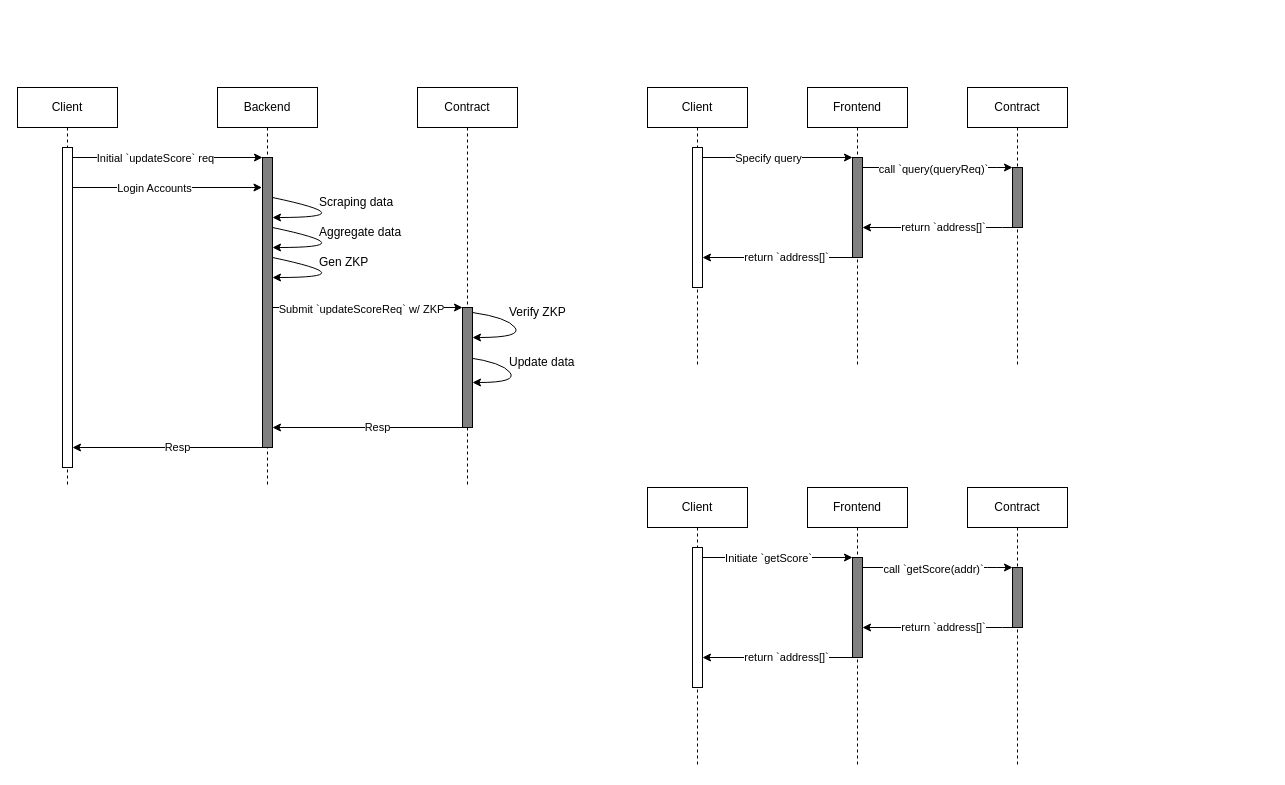
Before: page "Flow" (2 of 3) of identity.drawio in jidalii/identity-seismic, a draw.io diagram. Source tidied: cells renumbered, new cells numbered last; positions are measured from the earlier drawing's top-left corner, leaving out a move shared by most shapes. Both pictures are drawn from the tidied source at 100%, with x=0, y=0 at pixel (17, 87).
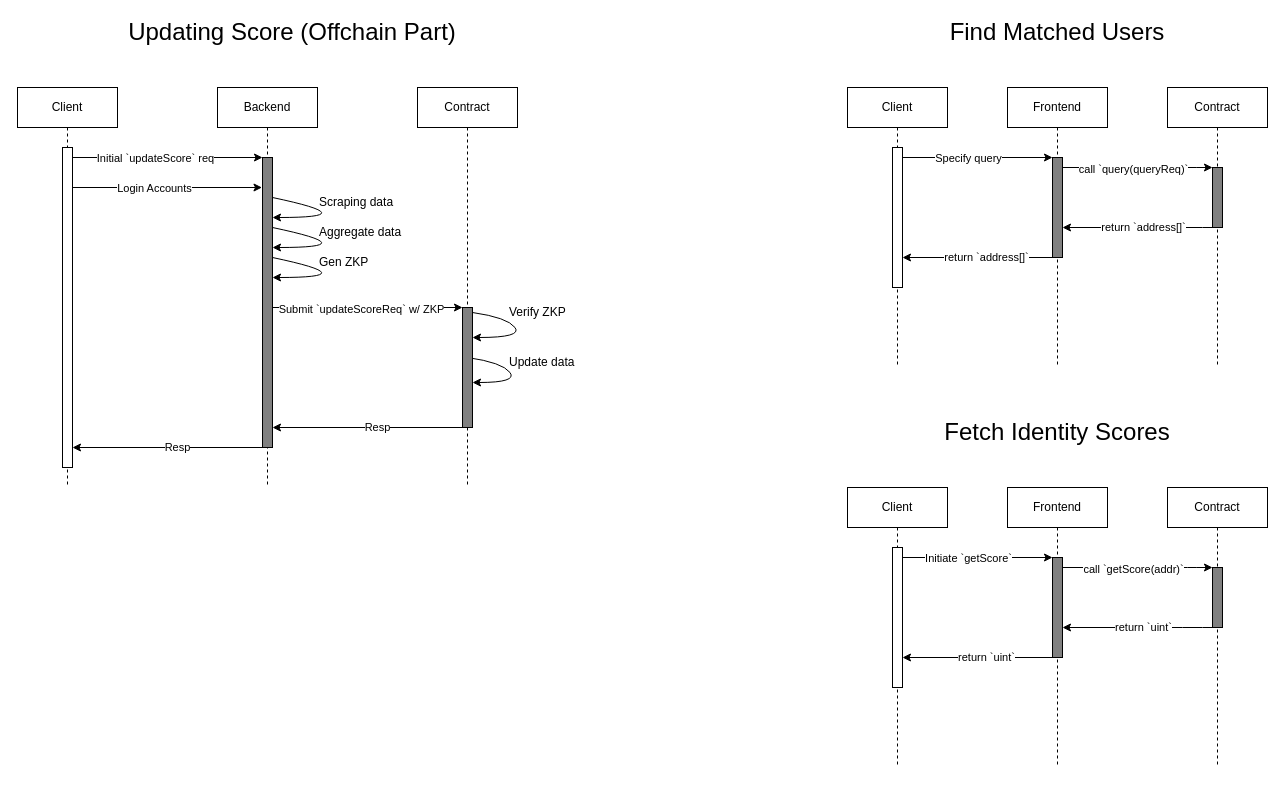
After the change.

Unchanged cells that the change refers to:
```xml
<mxCell id="29" style="html=1;points=[[0,0,0,0,5],[0,1,0,0,-5],[1,0,0,0,5],[1,1,0,0,-5]];perimeter=orthogonalPerimeter;outlineConnect=0;targetShapes=umlLifeline;portConstraint=eastwest;newEdgeStyle={&quot;curved&quot;:0,&quot;rounded&quot;:0};fillColor=#808080;" parent="28" vertex="1">
  <mxGeometry x="45" y="70" width="10" height="100" as="geometry" />
</mxCell>
<mxCell id="33" style="html=1;points=[[0,0,0,0,5],[0,1,0,0,-5],[1,0,0,0,5],[1,1,0,0,-5]];perimeter=orthogonalPerimeter;outlineConnect=0;targetShapes=umlLifeline;portConstraint=eastwest;newEdgeStyle={&quot;curved&quot;:0,&quot;rounded&quot;:0};fillColor=#808080;" parent="32" vertex="1">
  <mxGeometry x="45" y="80" width="10" height="60" as="geometry" />
</mxCell>
<mxCell id="43" style="html=1;points=[[0,0,0,0,5],[0,1,0,0,-5],[1,0,0,0,5],[1,1,0,0,-5]];perimeter=orthogonalPerimeter;outlineConnect=0;targetShapes=umlLifeline;portConstraint=eastwest;newEdgeStyle={&quot;curved&quot;:0,&quot;rounded&quot;:0};fillColor=#808080;" parent="42" vertex="1">
  <mxGeometry x="45" y="70" width="10" height="100" as="geometry" />
</mxCell>
<mxCell id="47" style="html=1;points=[[0,0,0,0,5],[0,1,0,0,-5],[1,0,0,0,5],[1,1,0,0,-5]];perimeter=orthogonalPerimeter;outlineConnect=0;targetShapes=umlLifeline;portConstraint=eastwest;newEdgeStyle={&quot;curved&quot;:0,&quot;rounded&quot;:0};fillColor=#808080;" parent="46" vertex="1">
  <mxGeometry x="45" y="80" width="10" height="60" as="geometry" />
</mxCell>
```

What changed in the source:
```diff
@@
     <mxCell id="28" value="Frontend" style="shape=umlLifeline;perimeter=lifelinePerimeter;whiteSpace=wrap;html=1;newEdgeStyle={&quot;edgeStyle&quot;:&quot;elbowEdgeStyle&quot;,&quot;elbow&quot;:&quot;vertical&quot;,&quot;curved&quot;:0,&quot;rounded&quot;:0};" parent="1" vertex="1">
-      <mxGeometry x="790" width="100" height="280" as="geometry" />
+      <mxGeometry x="990" width="100" height="280" as="geometry" />
     </mxCell>
@@
     <mxCell id="30" value="Client" style="shape=umlLifeline;perimeter=lifelinePerimeter;whiteSpace=wrap;html=1;newEdgeStyle={&quot;edgeStyle&quot;:&quot;elbowEdgeStyle&quot;,&quot;elbow&quot;:&quot;vertical&quot;,&quot;curved&quot;:0,&quot;rounded&quot;:0};" parent="1" vertex="1">
-      <mxGeometry x="630" width="100" height="280" as="geometry" />
+      <mxGeometry x="830" width="100" height="280" as="geometry" />
     </mxCell>
@@
     <mxCell id="32" value="Contract" style="shape=umlLifeline;perimeter=lifelinePerimeter;whiteSpace=wrap;html=1;newEdgeStyle={&quot;edgeStyle&quot;:&quot;elbowEdgeStyle&quot;,&quot;elbow&quot;:&quot;vertical&quot;,&quot;curved&quot;:0,&quot;rounded&quot;:0};" parent="1" vertex="1">
-      <mxGeometry x="950" width="100" height="280" as="geometry" />
+      <mxGeometry x="1150" width="100" height="280" as="geometry" />
     </mxCell>
@@
     <mxCell id="34" style="endArrow=classic;html=1;" parent="1" edge="1" target="29">
       <mxGeometry relative="1" as="geometry">
-        <mxPoint x="685" y="70" as="sourcePoint" />
+        <mxPoint x="885" y="70" as="sourcePoint" />
       </mxGeometry>
     </mxCell>
@@
     <mxCell id="36" style="endArrow=classic;html=1;" parent="1" edge="1" source="29" target="33">
       <mxGeometry relative="1" as="geometry">
         <Array as="points">
-          <mxPoint x="970" y="80" />
+          <mxPoint x="1170" y="80" />
         </Array>
       </mxGeometry>
     </mxCell>
@@
     <mxCell id="38" style="endArrow=classic;html=1;" parent="1" edge="1">
       <mxGeometry relative="1" as="geometry">
-        <mxPoint x="840" y="170" as="sourcePoint" />
-        <mxPoint x="685" y="170" as="targetPoint" />
+        <mxPoint x="1040" y="170" as="sourcePoint" />
+        <mxPoint x="885" y="170" as="targetPoint" />
       </mxGeometry>
     </mxCell>
@@
     <mxCell id="40" style="endArrow=classic;html=1;" parent="1" edge="1" source="33" target="29">
       <mxGeometry relative="1" as="geometry">
         <Array as="points">
-          <mxPoint x="975" y="140" />
+          <mxPoint x="1175" y="140" />
         </Array>
       </mxGeometry>
     </mxCell>
@@
     <mxCell id="42" value="Frontend" style="shape=umlLifeline;perimeter=lifelinePerimeter;whiteSpace=wrap;html=1;newEdgeStyle={&quot;edgeStyle&quot;:&quot;elbowEdgeStyle&quot;,&quot;elbow&quot;:&quot;vertical&quot;,&quot;curved&quot;:0,&quot;rounded&quot;:0};" parent="1" vertex="1">
-      <mxGeometry x="790" y="400" width="100" height="280" as="geometry" />
+      <mxGeometry x="990" y="400" width="100" height="280" as="geometry" />
     </mxCell>
@@
     <mxCell id="44" value="Client" style="shape=umlLifeline;perimeter=lifelinePerimeter;whiteSpace=wrap;html=1;newEdgeStyle={&quot;edgeStyle&quot;:&quot;elbowEdgeStyle&quot;,&quot;elbow&quot;:&quot;vertical&quot;,&quot;curved&quot;:0,&quot;rounded&quot;:0};" parent="1" vertex="1">
-      <mxGeometry x="630" y="400" width="100" height="280" as="geometry" />
+      <mxGeometry x="830" y="400" width="100" height="280" as="geometry" />
     </mxCell>
@@
     <mxCell id="46" value="Contract" style="shape=umlLifeline;perimeter=lifelinePerimeter;whiteSpace=wrap;html=1;newEdgeStyle={&quot;edgeStyle&quot;:&quot;elbowEdgeStyle&quot;,&quot;elbow&quot;:&quot;vertical&quot;,&quot;curved&quot;:0,&quot;rounded&quot;:0};" parent="1" vertex="1">
-      <mxGeometry x="950" y="400" width="100" height="280" as="geometry" />
+      <mxGeometry x="1150" y="400" width="100" height="280" as="geometry" />
     </mxCell>
@@
     <mxCell id="48" style="endArrow=classic;html=1;" parent="1" edge="1" target="43">
       <mxGeometry relative="1" as="geometry">
-        <mxPoint x="685" y="470" as="sourcePoint" />
+        <mxPoint x="885" y="470" as="sourcePoint" />
       </mxGeometry>
     </mxCell>
@@
     <mxCell id="50" style="endArrow=classic;html=1;" parent="1" edge="1" source="43" target="47">
       <mxGeometry relative="1" as="geometry">
         <Array as="points">
-          <mxPoint x="970" y="480" />
+          <mxPoint x="1170" y="480" />
         </Array>
       </mxGeometry>
     </mxCell>
@@
     <mxCell id="52" style="endArrow=classic;html=1;" parent="1" edge="1">
       <mxGeometry relative="1" as="geometry">
-        <mxPoint x="840" y="570" as="sourcePoint" />
-        <mxPoint x="685" y="570" as="targetPoint" />
+        <mxPoint x="1040" y="570" as="sourcePoint" />
+        <mxPoint x="885" y="570" as="targetPoint" />
       </mxGeometry>
     </mxCell>
-    <mxCell id="53" value="return `address[]`" style="edgeLabel;html=1;align=center;verticalAlign=middle;" parent="52" vertex="1">
+    <mxCell id="53" value="return `uint`" style="edgeLabel;html=1;align=center;verticalAlign=middle;" parent="52" vertex="1">
       <mxGeometry x="-0.07" y="-1" relative="1" as="geometry" />
     </mxCell>
     <mxCell id="54" style="endArrow=classic;html=1;" parent="1" edge="1" source="47" target="43">
       <mxGeometry relative="1" as="geometry">
         <Array as="points">
-          <mxPoint x="975" y="540" />
+          <mxPoint x="1175" y="540" />
         </Array>
       </mxGeometry>
     </mxCell>
-    <mxCell id="55" value="return `address[]`" style="edgeLabel;html=1;align=center;verticalAlign=middle;" parent="54" vertex="1">
+    <mxCell id="55" value="return `uint`" style="edgeLabel;html=1;align=center;verticalAlign=middle;" parent="54" vertex="1">
       <mxGeometry x="-0.07" y="-1" relative="1" as="geometry" />
     </mxCell>
+    <mxCell id="56" value="Updating Score (Offchain Part)" style="text;html=1;align=center;verticalAlign=middle;whiteSpace=wrap;rounded=0;fontSize=24;" parent="1" vertex="1">
+      <mxGeometry x="60" y="-70" width="430" height="30" as="geometry" />
+    </mxCell>
+    <mxCell id="57" value="Find Matched Users" style="text;html=1;align=center;verticalAlign=middle;whiteSpace=wrap;rounded=0;fontSize=24;" parent="1" vertex="1">
+      <mxGeometry x="830" y="-70" width="420" height="30" as="geometry" />
+    </mxCell>
+    <mxCell id="58" value="Fetch Identity Scores" style="text;html=1;align=center;verticalAlign=middle;whiteSpace=wrap;rounded=0;fontSize=24;" parent="1" vertex="1">
+      <mxGeometry x="830" y="330" width="420" height="30" as="geometry" />
+    </mxCell>
```
